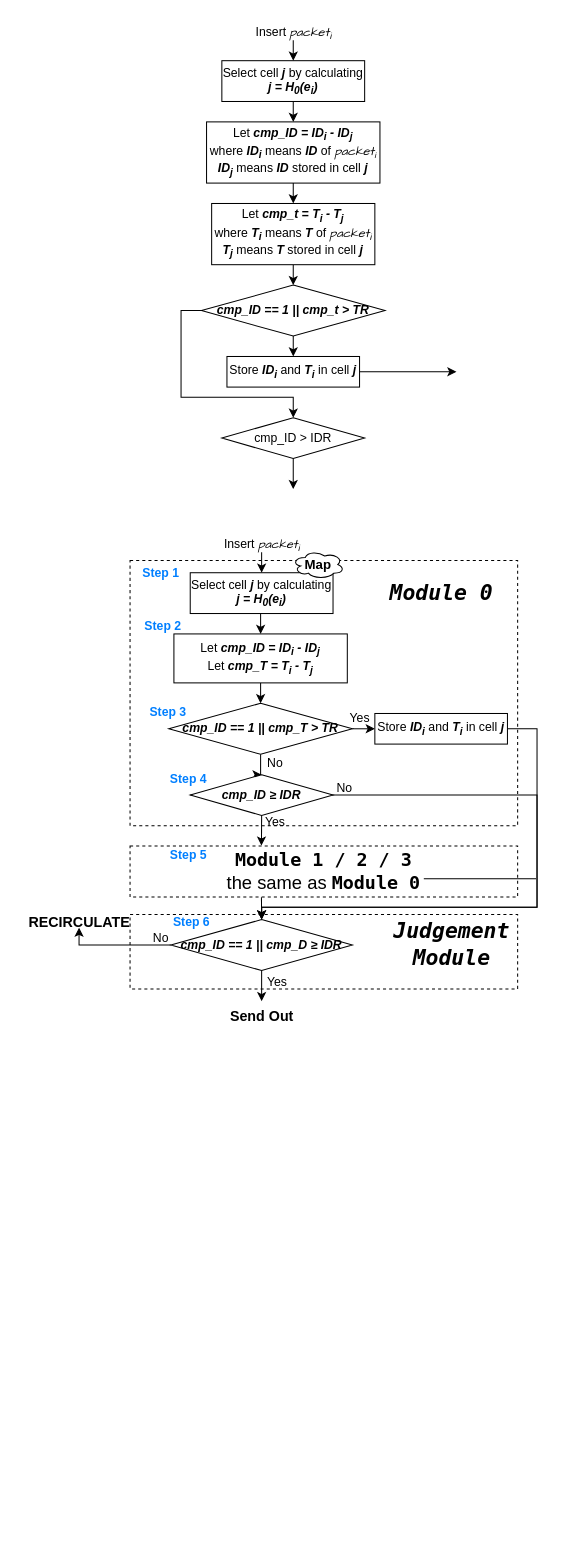
The draw.io diagram undergraduate paper/未命名绘图.drawio in wh2001/drawing, before the edit. Source tidied: cells renumbered, new cells numbered last; positions are measured from the earlier drawing's top-left corner, leaving out a move shared by most shapes. Both pictures are drawn from the tidied source at 102%, with x=0, y=0 at pixel (17, 17).
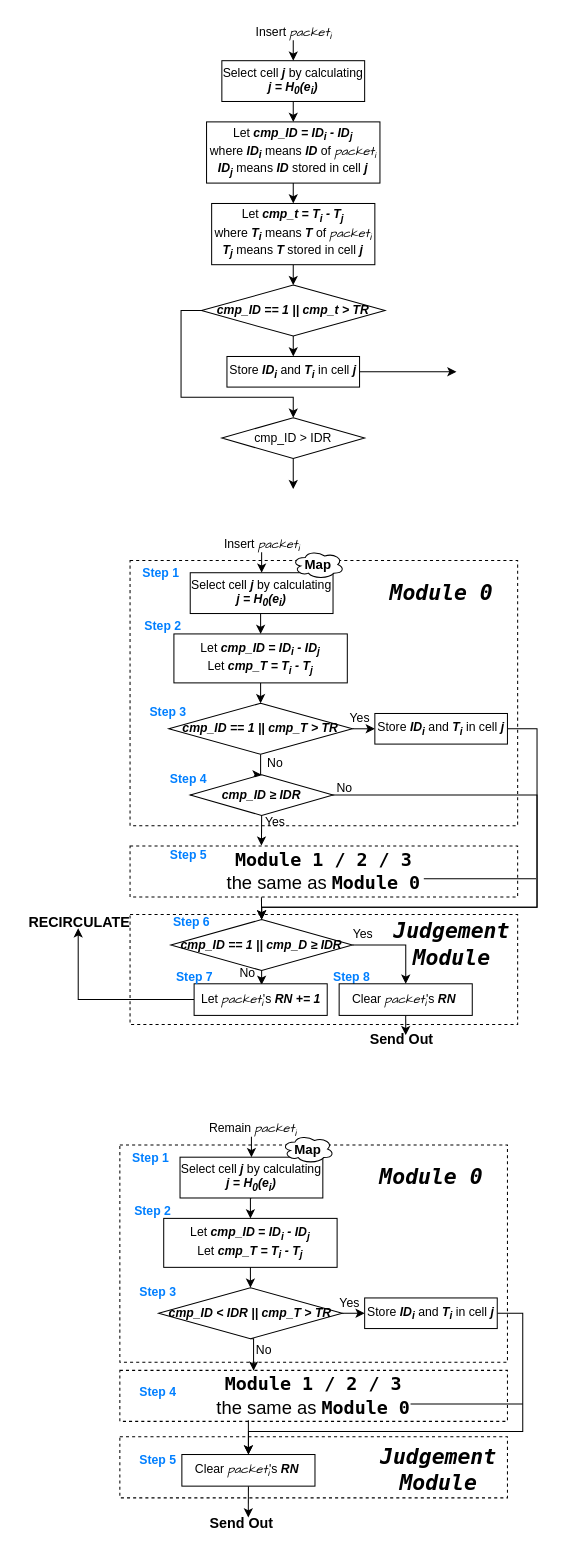
Above is the later version.

Commit message:
更新未命名绘图.drawio

The change refers to these unchanged cells:
```xml
<mxCell id="36" value="&lt;b&gt;&lt;i&gt;cmp_ID == 1 || cmp_D ≥ IDR&lt;/i&gt;&lt;/b&gt;" style="rhombus;whiteSpace=wrap;html=1;" parent="1" vertex="1">
  <mxGeometry x="150" y="884" width="178" height="50" as="geometry" />
</mxCell>
<mxCell id="43" value="&lt;font style=&quot;font-size: 14px;&quot;&gt;&lt;b&gt;RECIRCULATE&lt;/b&gt;&lt;/font&gt;" style="text;html=1;align=center;verticalAlign=middle;points=[];strokeColor=none;fillColor=none;" parent="1" vertex="1">
  <mxGeometry y="872" width="120" height="30" as="geometry" />
</mxCell>
```

What changed in the source:
```diff
@@
     <mxCell id="2" style="rounded=0;whiteSpace=wrap;html=1;dashed=1;" parent="1" vertex="1">
-      <mxGeometry x="110" y="879" width="380" height="73" as="geometry" />
+      <mxGeometry x="110" y="879" width="380" height="108" as="geometry" />
     </mxCell>
@@
     <mxCell id="34" style="edgeStyle=orthogonalEdgeStyle;rounded=0;jettySize=auto;html=1;exitX=0.5;exitY=1;exitDx=0;exitDy=0;" parent="1" edge="1" source="36">
       <mxGeometry relative="1" as="geometry">
-        <mxPoint x="239" y="964" as="targetPoint" />
+        <mxPoint x="239" y="948" as="targetPoint" />
       </mxGeometry>
     </mxCell>
-    <mxCell id="35" style="edgeStyle=orthogonalEdgeStyle;rounded=0;jettySize=auto;html=1;exitX=0;exitY=0.5;exitDx=0;exitDy=0;" parent="1" edge="1" source="36">
-      <mxGeometry relative="1" as="geometry">
-        <mxPoint x="60" y="892" as="targetPoint" />
-        <Array as="points">
-          <mxPoint x="60" y="909" />
-        </Array>
-      </mxGeometry>
-    </mxCell>
+    <mxCell id="56" style="edgeStyle=orthogonalEdgeStyle;rounded=0;jettySize=auto;html=1;exitX=1;exitY=0.5;exitDx=0;exitDy=0;" parent="1" edge="1" source="36" target="91">
+      <mxGeometry relative="1" as="geometry" />
+    </mxCell>
@@
     <mxCell id="37" value="&lt;font style=&quot;font-size: 14px;&quot;&gt;&lt;b&gt;Send Out&lt;/b&gt;&lt;/font&gt;" style="text;html=1;align=center;verticalAlign=middle;strokeColor=none;fillColor=none;" parent="1" vertex="1">
-      <mxGeometry x="194" y="964" width="90" height="30" as="geometry" />
+      <mxGeometry x="331" y="987" width="90" height="30" as="geometry" />
     </mxCell>
@@
     <mxCell id="41" value="Yes" style="text;html=1;align=center;verticalAlign=middle;strokeColor=none;fillColor=none;" parent="1" vertex="1">
-      <mxGeometry x="234" y="931" width="40" height="30" as="geometry" />
+      <mxGeometry x="318" y="884" width="40" height="30" as="geometry" />
     </mxCell>
     <mxCell id="42" value="No" style="text;html=1;align=center;verticalAlign=middle;strokeColor=none;fillColor=none;" parent="1" vertex="1">
-      <mxGeometry x="120" y="888" width="40" height="30" as="geometry" />
+      <mxGeometry x="205" y="922" width="40" height="30" as="geometry" />
     </mxCell>
@@
+    <mxCell id="57" style="rounded=0;whiteSpace=wrap;html=1;dashed=1;" parent="1" vertex="1">
+      <mxGeometry x="100" y="1391" width="380" height="60" as="geometry" />
+    </mxCell>
+    <mxCell id="58" style="rounded=0;whiteSpace=wrap;html=1;dashed=1;" parent="1" vertex="1">
+      <mxGeometry x="100" y="1105" width="380" height="213" as="geometry" />
+    </mxCell>
+    <mxCell id="59" value="&lt;font style=&quot;font-size: 18px;&quot;&gt;&lt;b&gt;&lt;font face=&quot;Lucida Console&quot;&gt;Module 1 / 2 / 3&lt;/font&gt;&lt;/b&gt;&lt;br&gt;the same as &lt;b&gt;&lt;font face=&quot;Lucida Console&quot;&gt;Module 0&lt;/font&gt;&lt;/b&gt;&lt;/font&gt;" style="rounded=0;whiteSpace=wrap;html=1;dashed=1;" parent="1" vertex="1">
+      <mxGeometry x="100" y="1326" width="380" height="50" as="geometry" />
+    </mxCell>
+    <mxCell id="60" style="edgeStyle=orthogonalEdgeStyle;rounded=0;jettySize=auto;html=1;exitX=0.5;exitY=1;exitDx=0;exitDy=0;entryX=0.5;entryY=0;entryDx=0;entryDy=0;" parent="1" edge="1" source="61" target="64">
+      <mxGeometry relative="1" as="geometry" />
+    </mxCell>
+    <mxCell id="61" value="Select cell &lt;i&gt;&lt;b&gt;j &lt;/b&gt;&lt;/i&gt;by calculating &lt;i&gt;&lt;b&gt;j = H&lt;sub&gt;0&lt;/sub&gt;(e&lt;sub&gt;i&lt;/sub&gt;)&lt;/b&gt;&lt;/i&gt;" style="rounded=0;whiteSpace=wrap;html=1;" parent="1" vertex="1">
+      <mxGeometry x="159" y="1117" width="140" height="40" as="geometry" />
+    </mxCell>
+    <mxCell id="62" style="endArrow=classic;html=1;rounded=0;entryX=0.5;entryY=0;entryDx=0;entryDy=0;" parent="1" edge="1" target="61">
+      <mxGeometry relative="1" as="geometry">
+        <mxPoint x="229" y="1097" as="sourcePoint" />
+      </mxGeometry>
+    </mxCell>
+    <mxCell id="63" value="Remain&amp;nbsp;&lt;i&gt;&lt;font face=&quot;Comic Sans MS&quot;&gt;packet&lt;sub&gt;i&lt;/sub&gt;&lt;/font&gt;&lt;/i&gt;" style="text;html=1;align=center;verticalAlign=middle;strokeColor=none;fillColor=none;" parent="1" vertex="1">
+      <mxGeometry x="178" y="1075" width="104" height="30" as="geometry" />
+    </mxCell>
+    <mxCell id="64" value="Let &lt;b&gt;&lt;i&gt;c&lt;/i&gt;&lt;/b&gt;&lt;b style=&quot;&quot;&gt;&lt;i style=&quot;&quot;&gt;mp_ID = ID&lt;sub&gt;i&lt;/sub&gt;&amp;nbsp;- ID&lt;/i&gt;&lt;/b&gt;&lt;b style=&quot;&quot;&gt;&lt;i&gt;&lt;sub&gt;j&lt;br&gt;&lt;/sub&gt;&lt;/i&gt;&lt;/b&gt;Let&amp;nbsp;&lt;b style=&quot;border-color: var(--border-color);&quot;&gt;&lt;i style=&quot;border-color: var(--border-color);&quot;&gt;cmp_T = T&lt;sub style=&quot;border-color: var(--border-color);&quot;&gt;i&lt;/sub&gt;&amp;nbsp;- T&lt;sub style=&quot;border-color: var(--border-color);&quot;&gt;j&lt;/sub&gt;&lt;/i&gt;&lt;/b&gt;&lt;b style=&quot;&quot;&gt;&lt;i&gt;&lt;sub&gt;&lt;br&gt;&lt;/sub&gt;&lt;/i&gt;&lt;/b&gt;" style="rounded=0;whiteSpace=wrap;html=1;" parent="1" vertex="1">
+      <mxGeometry x="143" y="1177" width="170" height="48" as="geometry" />
+    </mxCell>
+    <mxCell id="65" style="edgeStyle=orthogonalEdgeStyle;rounded=0;jettySize=auto;html=1;exitX=0.5;exitY=1;exitDx=0;exitDy=0;entryX=0.5;entryY=0;entryDx=0;entryDy=0;" parent="1" edge="1" source="64" target="68">
+      <mxGeometry relative="1" as="geometry" />
+    </mxCell>
+    <mxCell id="66" style="edgeStyle=orthogonalEdgeStyle;rounded=0;jettySize=auto;html=1;exitX=1;exitY=0.5;exitDx=0;exitDy=0;entryX=0;entryY=0.5;entryDx=0;entryDy=0;" parent="1" edge="1" source="68" target="70">
+      <mxGeometry relative="1" as="geometry" />
+    </mxCell>
+    <mxCell id="67" style="edgeStyle=orthogonalEdgeStyle;rounded=0;jettySize=auto;html=1;exitX=0.5;exitY=1;exitDx=0;exitDy=0;entryX=0.345;entryY=0.006;entryDx=0;entryDy=0;entryPerimeter=0;" parent="1" edge="1" source="68" target="59">
+      <mxGeometry relative="1" as="geometry" />
+    </mxCell>
+    <mxCell id="68" value="&lt;b&gt;&lt;i&gt;cmp_ID &amp;lt; IDR || cmp_T &amp;gt; TR&lt;/i&gt;&lt;/b&gt;" style="rhombus;whiteSpace=wrap;html=1;" parent="1" vertex="1">
+      <mxGeometry x="138" y="1245" width="180" height="50" as="geometry" />
+    </mxCell>
+    <mxCell id="69" style="edgeStyle=orthogonalEdgeStyle;rounded=0;jettySize=auto;html=1;exitX=1;exitY=0.5;exitDx=0;exitDy=0;entryX=0.5;entryY=0;entryDx=0;entryDy=0;" parent="1" edge="1" source="70" target="89">
+      <mxGeometry relative="1" as="geometry">
+        <Array as="points">
+          <mxPoint x="495" y="1270" />
+          <mxPoint x="495" y="1386" />
+          <mxPoint x="226" y="1386" />
+        </Array>
+      </mxGeometry>
+    </mxCell>
+    <mxCell id="70" value="Store &lt;b&gt;&lt;i&gt;ID&lt;sub&gt;i&lt;/sub&gt;&lt;/i&gt;&lt;/b&gt; and &lt;b&gt;&lt;i&gt;T&lt;sub&gt;i&lt;/sub&gt;&lt;/i&gt;&lt;/b&gt; in cell &lt;b&gt;&lt;i&gt;j&lt;/i&gt;&lt;/b&gt;" style="rounded=0;whiteSpace=wrap;html=1;glass=0;" parent="1" vertex="1">
+      <mxGeometry x="340" y="1255" width="130" height="30" as="geometry" />
+    </mxCell>
+    <mxCell id="71" value="&lt;font style=&quot;font-size: 14px;&quot;&gt;&lt;b&gt;Send Out&lt;/b&gt;&lt;/font&gt;" style="text;html=1;align=center;verticalAlign=middle;strokeColor=none;fillColor=none;" parent="1" vertex="1">
+      <mxGeometry x="174" y="1461" width="90" height="30" as="geometry" />
+    </mxCell>
+    <mxCell id="72" value="&lt;b&gt;&lt;i&gt;&lt;font face=&quot;Lucida Console&quot; style=&quot;font-size: 21px;&quot;&gt;Module 0&lt;/font&gt;&lt;/i&gt;&lt;/b&gt;" style="text;html=1;align=center;verticalAlign=middle;strokeColor=none;fillColor=none;" parent="1" vertex="1">
+      <mxGeometry x="340" y="1117" width="130" height="40" as="geometry" />
+    </mxCell>
+    <mxCell id="73" value="&lt;font style=&quot;font-size: 13px;&quot;&gt;&lt;b&gt;Map&lt;/b&gt;&lt;/font&gt;" style="ellipse;shape=cloud;whiteSpace=wrap;html=1;" parent="1" vertex="1">
+      <mxGeometry x="259" y="1095" width="51" height="28" as="geometry" />
+    </mxCell>
+    <mxCell id="74" style="endArrow=classic;html=1;rounded=0;entryX=0.5;entryY=0;entryDx=0;entryDy=0;" parent="1" edge="1" target="89">
+      <mxGeometry relative="1" as="geometry">
+        <mxPoint x="226" y="1375" as="sourcePoint" />
+      </mxGeometry>
+    </mxCell>
+    <mxCell id="75" value="&lt;b&gt;&lt;i&gt;&lt;font face=&quot;Lucida Console&quot; style=&quot;font-size: 21px;&quot;&gt;Judgement&lt;br&gt;Module&lt;/font&gt;&lt;/i&gt;&lt;/b&gt;" style="text;html=1;align=center;verticalAlign=middle;strokeColor=none;fillColor=none;" parent="1" vertex="1">
+      <mxGeometry x="342" y="1394" width="140" height="60" as="geometry" />
+    </mxCell>
+    <mxCell id="76" style="endArrow=none;html=1;rounded=0;" parent="1" edge="1">
+      <mxGeometry relative="1" as="geometry">
+        <mxPoint x="495" y="1359" as="sourcePoint" />
+        <mxPoint x="385" y="1359" as="targetPoint" />
+      </mxGeometry>
+    </mxCell>
+    <mxCell id="77" value="&lt;font color=&quot;#007fff&quot;&gt;&lt;b&gt;Step 1&lt;/b&gt;&lt;/font&gt;" style="text;html=1;align=center;verticalAlign=middle;strokeColor=none;fillColor=none;" parent="1" vertex="1">
+      <mxGeometry x="103" y="1105" width="54" height="26" as="geometry" />
+    </mxCell>
+    <mxCell id="78" value="&lt;font color=&quot;#007fff&quot;&gt;&lt;b&gt;Step 2&lt;/b&gt;&lt;/font&gt;" style="text;html=1;align=center;verticalAlign=middle;strokeColor=none;fillColor=none;" parent="1" vertex="1">
+      <mxGeometry x="105" y="1157" width="54" height="26" as="geometry" />
+    </mxCell>
+    <mxCell id="79" value="&lt;font color=&quot;#007fff&quot;&gt;&lt;b&gt;Step 3&lt;/b&gt;&lt;/font&gt;" style="text;html=1;align=center;verticalAlign=middle;strokeColor=none;fillColor=none;" parent="1" vertex="1">
+      <mxGeometry x="110" y="1237" width="54" height="26" as="geometry" />
+    </mxCell>
+    <mxCell id="80" value="&lt;font color=&quot;#007fff&quot;&gt;&lt;b&gt;Step 4&lt;/b&gt;&lt;/font&gt;" style="text;html=1;align=center;verticalAlign=middle;strokeColor=none;fillColor=none;" parent="1" vertex="1">
+      <mxGeometry x="110" y="1335" width="54" height="26" as="geometry" />
+    </mxCell>
+    <mxCell id="81" value="Yes" style="text;html=1;align=center;verticalAlign=middle;strokeColor=none;fillColor=none;" parent="1" vertex="1">
+      <mxGeometry x="305" y="1245" width="40" height="30" as="geometry" />
+    </mxCell>
+    <mxCell id="82" value="&lt;font color=&quot;#007fff&quot;&gt;&lt;b&gt;Step 5&lt;/b&gt;&lt;/font&gt;" style="text;html=1;align=center;verticalAlign=middle;strokeColor=none;fillColor=none;" parent="1" vertex="1">
+      <mxGeometry x="110" y="1401" width="54" height="26" as="geometry" />
+    </mxCell>
+    <mxCell id="83" value="&lt;font color=&quot;#007fff&quot;&gt;&lt;b&gt;Step 8&lt;/b&gt;&lt;/font&gt;" style="text;html=1;align=center;verticalAlign=middle;strokeColor=none;fillColor=none;" parent="1" vertex="1">
+      <mxGeometry x="300" y="928" width="54" height="26" as="geometry" />
+    </mxCell>
+    <mxCell id="84" value="No" style="text;html=1;align=center;verticalAlign=middle;strokeColor=none;fillColor=none;" parent="1" vertex="1">
+      <mxGeometry x="221" y="1291" width="40" height="30" as="geometry" />
+    </mxCell>
+    <mxCell id="85" style="edgeStyle=orthogonalEdgeStyle;rounded=0;jettySize=auto;html=1;exitX=0;exitY=0.5;exitDx=0;exitDy=0;entryX=0.493;entryY=0.684;entryDx=0;entryDy=0;entryPerimeter=0;" parent="1" edge="1" source="86" target="43">
+      <mxGeometry relative="1" as="geometry" />
+    </mxCell>
+    <mxCell id="86" value="Let&amp;nbsp;&lt;span style=&quot;border-color: var(--border-color);&quot;&gt;&lt;font style=&quot;border-color: var(--border-color);&quot;&gt;&lt;font face=&quot;Comic Sans MS&quot;&gt;&lt;i&gt;packet&lt;/i&gt;&lt;/font&gt;&lt;span style=&quot;border-color: var(--border-color);&quot;&gt;&lt;sub style=&quot;font-style: italic; font-family: &amp;quot;Comic Sans MS&amp;quot;; vertical-align: sub;&quot;&gt;i&lt;/sub&gt;'s&lt;i&gt;&lt;b&gt; RN += 1&lt;/b&gt;&lt;/i&gt;&lt;/span&gt;&lt;/font&gt;&lt;/span&gt;" style="rounded=0;whiteSpace=wrap;html=1;" parent="1" vertex="1">
+      <mxGeometry x="172.8" y="947" width="130.5" height="31" as="geometry" />
+    </mxCell>
+    <mxCell id="87" value="&lt;font color=&quot;#007fff&quot;&gt;&lt;b&gt;Step 7&lt;/b&gt;&lt;/font&gt;" style="text;html=1;align=center;verticalAlign=middle;strokeColor=none;fillColor=none;" parent="1" vertex="1">
+      <mxGeometry x="146" y="928" width="54" height="26" as="geometry" />
+    </mxCell>
+    <mxCell id="88" style="edgeStyle=orthogonalEdgeStyle;rounded=0;jettySize=auto;html=1;exitX=0.5;exitY=1;exitDx=0;exitDy=0;" parent="1" edge="1" source="89">
+      <mxGeometry relative="1" as="geometry">
+        <mxPoint x="225.9" y="1470.2" as="targetPoint" />
+      </mxGeometry>
+    </mxCell>
+    <mxCell id="89" value="Clear&amp;nbsp;&lt;span style=&quot;border-color: var(--border-color);&quot;&gt;&lt;font style=&quot;border-color: var(--border-color);&quot;&gt;&lt;font face=&quot;Comic Sans MS&quot;&gt;&lt;i&gt;packet&lt;/i&gt;&lt;/font&gt;&lt;span style=&quot;border-color: var(--border-color);&quot;&gt;&lt;sub style=&quot;font-style: italic; font-family: &amp;quot;Comic Sans MS&amp;quot;; vertical-align: sub;&quot;&gt;i&lt;/sub&gt;'s&lt;i&gt;&lt;b&gt; RN&amp;nbsp;&lt;/b&gt;&lt;/i&gt;&lt;/span&gt;&lt;/font&gt;&lt;/span&gt;" style="rounded=0;whiteSpace=wrap;html=1;" parent="1" vertex="1">
+      <mxGeometry x="160.8" y="1408.5" width="130.5" height="31" as="geometry" />
+    </mxCell>
+    <mxCell id="90" style="edgeStyle=orthogonalEdgeStyle;rounded=0;jettySize=auto;html=1;exitX=0.5;exitY=1;exitDx=0;exitDy=0;" parent="1" edge="1" source="91">
+      <mxGeometry relative="1" as="geometry">
+        <mxPoint x="380.3" y="997.3" as="targetPoint" />
+      </mxGeometry>
+    </mxCell>
+    <mxCell id="91" value="Clear&amp;nbsp;&lt;span style=&quot;border-color: var(--border-color);&quot;&gt;&lt;font style=&quot;border-color: var(--border-color);&quot;&gt;&lt;font face=&quot;Comic Sans MS&quot;&gt;&lt;i&gt;packet&lt;/i&gt;&lt;/font&gt;&lt;span style=&quot;border-color: var(--border-color);&quot;&gt;&lt;sub style=&quot;font-style: italic; font-family: &amp;quot;Comic Sans MS&amp;quot;; vertical-align: sub;&quot;&gt;i&lt;/sub&gt;'s&lt;i&gt;&lt;b&gt; RN&amp;nbsp;&lt;/b&gt;&lt;/i&gt;&lt;/span&gt;&lt;/font&gt;&lt;/span&gt;" style="rounded=0;whiteSpace=wrap;html=1;" parent="1" vertex="1">
+      <mxGeometry x="315" y="947" width="130.5" height="31" as="geometry" />
+    </mxCell>
```
